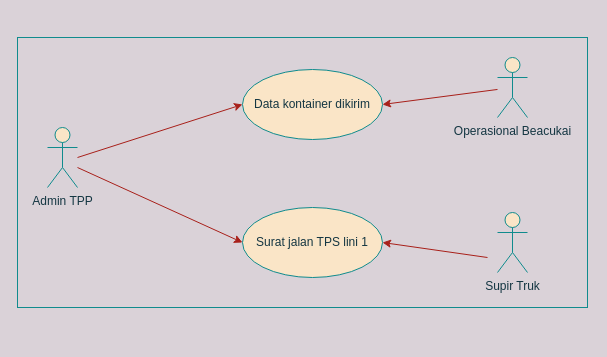
This is page "masuk" (1 of 2) of usecase bab 3 pa tata.drawio from cuangshulhan/Flowchart, a draw.io file, before an edit. Source tidied: cells renumbered, new cells numbered last; positions are measured from the earlier drawing's top-left corner, leaving out a move shared by most shapes. Both pictures are drawn from the tidied source at 100%, with x=0, y=0 at pixel (17, 37).
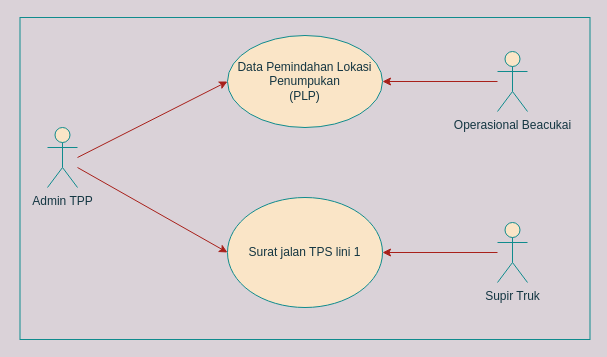
The same page after the edit.

What changed in the source:
```diff
@@
 <mxGraphModel background="#DAD2D8">
   <root>
     <mxCell id="0" />
     <mxCell id="1" parent="0" />
     <mxCell id="2" value="Admin TPP" style="shape=umlActor;verticalLabelPosition=bottom;verticalAlign=top;html=1;fillColor=#FAE5C7;strokeColor=#0F8B8D;fontColor=#143642;" parent="1" vertex="1">
       <mxGeometry x="30" y="90" width="30" height="60" as="geometry" />
     </mxCell>
     <mxCell id="3" value="Operasional Beacukai" style="shape=umlActor;verticalLabelPosition=bottom;verticalAlign=top;html=1;fillColor=#FAE5C7;strokeColor=#0F8B8D;fontColor=#143642;" parent="1" vertex="1">
-      <mxGeometry x="480" y="20" width="30" height="60" as="geometry" />
+      <mxGeometry x="480" y="14" width="30" height="60" as="geometry" />
     </mxCell>
     <mxCell id="4" value="Supir Truk" style="shape=umlActor;verticalLabelPosition=bottom;verticalAlign=top;html=1;fillColor=#FAE5C7;strokeColor=#0F8B8D;fontColor=#143642;" parent="1" vertex="1">
-      <mxGeometry x="480" y="175" width="30" height="60" as="geometry" />
+      <mxGeometry x="480" y="185" width="30" height="60" as="geometry" />
     </mxCell>
-    <mxCell id="5" value="Data kontainer dikirim" style="ellipse;whiteSpace=wrap;html=1;fillColor=#FAE5C7;strokeColor=#0F8B8D;fontColor=#143642;" parent="1" vertex="1">
-      <mxGeometry x="225" y="32" width="140" height="70" as="geometry" />
+    <mxCell id="5" value="&lt;div&gt;Data Pemindahan Lokasi Penumpukan&lt;/div&gt;&lt;div&gt;(PLP)&lt;br&gt;&lt;/div&gt;" style="ellipse;whiteSpace=wrap;html=1;fillColor=#FAE5C7;strokeColor=#0F8B8D;fontColor=#143642;" parent="1" vertex="1">
+      <mxGeometry x="210" y="-2" width="155" height="92" as="geometry" />
     </mxCell>
     <mxCell id="6" value="Surat jalan TPS lini 1" style="ellipse;whiteSpace=wrap;html=1;fillColor=#FAE5C7;strokeColor=#0F8B8D;fontColor=#143642;" parent="1" vertex="1">
-      <mxGeometry x="225" y="170" width="140" height="70" as="geometry" />
+      <mxGeometry x="210" y="160" width="155" height="110" as="geometry" />
     </mxCell>
     <mxCell id="7" style="endArrow=classic;html=1;entryX=0;entryY=0.5;entryDx=0;entryDy=0;strokeColor=#A8201A;fontColor=#143642;labelBackgroundColor=#DAD2D8;" parent="1" edge="1" target="5">
       <mxGeometry relative="1" as="geometry">
         <mxPoint x="60" y="120" as="sourcePoint" />
       </mxGeometry>
     </mxCell>
     <mxCell id="8" style="endArrow=classic;html=1;entryX=1;entryY=0.5;entryDx=0;entryDy=0;strokeColor=#A8201A;fontColor=#143642;labelBackgroundColor=#DAD2D8;" parent="1" edge="1" source="3" target="5">
       <mxGeometry relative="1" as="geometry" />
     </mxCell>
     <mxCell id="9" style="endArrow=classic;html=1;entryX=0;entryY=0.5;entryDx=0;entryDy=0;strokeColor=#A8201A;fontColor=#143642;labelBackgroundColor=#DAD2D8;" parent="1" edge="1" target="6">
       <mxGeometry relative="1" as="geometry">
         <mxPoint x="60" y="130" as="sourcePoint" />
       </mxGeometry>
     </mxCell>
-    <mxCell id="10" style="endArrow=classic;html=1;entryX=1;entryY=0.5;entryDx=0;entryDy=0;strokeColor=#A8201A;fontColor=#143642;labelBackgroundColor=#DAD2D8;" parent="1" edge="1" target="6">
-      <mxGeometry relative="1" as="geometry">
-        <mxPoint x="470" y="220" as="sourcePoint" />
-      </mxGeometry>
+    <mxCell id="10" style="endArrow=classic;html=1;entryX=1;entryY=0.5;entryDx=0;entryDy=0;strokeColor=#A8201A;fontColor=#143642;labelBackgroundColor=#DAD2D8;" parent="1" edge="1" source="4" target="6">
+      <mxGeometry relative="1" as="geometry" />
     </mxCell>
     <mxCell id="11" style="rounded=0;whiteSpace=wrap;html=1;sketch=0;strokeColor=#0F8B8D;fillColor=none;fontColor=#143642;" parent="1" vertex="1">
-      <mxGeometry width="570" height="270" as="geometry" />
+      <mxGeometry x="2.5" y="-20" width="570" height="322" as="geometry" />
     </mxCell>
   </root>
 </mxGraphModel>
```
